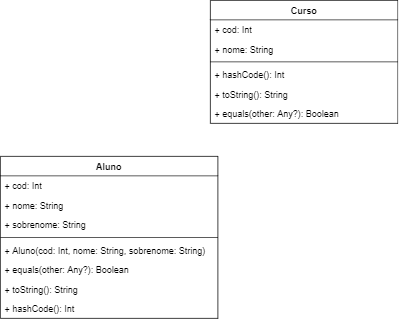
Earlier version of the draw.io export UML.png (btmluiz/digitalhouse-desafio-kotlin). Source tidied: cells renumbered, new cells last; positions are measured from the earlier drawing's top-left corner, leaving out a move shared by most shapes.
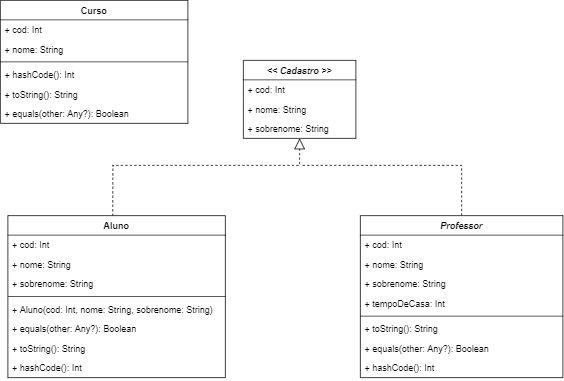
After the change.

The edit, as a diff of the source:
```diff
@@ -2,8 +2,24 @@
   <root>
     <mxCell id="0" />
     <mxCell id="1" parent="0" />
+    <mxCell id="18" style="endArrow=block;dashed=1;endFill=0;endSize=12;html=1;rounded=0;exitX=0.482;exitY=0.002;exitDx=0;exitDy=0;exitPerimeter=0;" parent="1" edge="1" source="2" target="32">
+      <mxGeometry relative="1" as="geometry">
+        <Array as="points">
+          <mxPoint x="140" y="190" />
+          <mxPoint x="389" y="190" />
+        </Array>
+      </mxGeometry>
+    </mxCell>
+    <mxCell id="19" style="endArrow=none;dashed=1;endFill=0;endSize=12;html=1;exitX=0.5;exitY=0;exitDx=0;exitDy=0;rounded=0;" parent="1" edge="1" source="20">
+      <mxGeometry relative="1" as="geometry">
+        <mxPoint x="390" y="190" as="targetPoint" />
+        <Array as="points">
+          <mxPoint x="605" y="190" />
+        </Array>
+      </mxGeometry>
+    </mxCell>
     <mxCell id="2" value="Aluno" style="swimlane;fontStyle=1;align=center;verticalAlign=top;horizontal=1;startSize=26;" parent="1" vertex="1">
-      <mxGeometry y="208" width="290" height="216" as="geometry" />
+      <mxGeometry y="257" width="290" height="216" as="geometry" />
     </mxCell>
     <mxCell id="3" value="+ cod: Int" style="text;strokeColor=none;fillColor=none;align=left;verticalAlign=top;spacingLeft=4;spacingRight=4;overflow=hidden;" parent="2" vertex="1">
       <mxGeometry y="26" width="290" height="26" as="geometry" />
@@ -30,7 +46,7 @@
       <mxGeometry y="190" width="290" height="26" as="geometry" />
     </mxCell>
     <mxCell id="11" value="Curso" style="swimlane;fontStyle=1;align=center;verticalAlign=top;horizontal=1;startSize=26;" parent="1" vertex="1">
-      <mxGeometry x="280" width="250" height="164" as="geometry" />
+      <mxGeometry x="-10" y="-30" width="250" height="164" as="geometry" />
     </mxCell>
     <mxCell id="12" value="+ cod: Int" style="text;strokeColor=none;fillColor=none;align=left;verticalAlign=top;spacingLeft=4;spacingRight=4;overflow=hidden;" parent="11" vertex="1">
       <mxGeometry y="26" width="250" height="26" as="geometry" />
@@ -50,5 +66,44 @@
     <mxCell id="17" value="+ equals(other: Any?): Boolean" style="text;strokeColor=none;fillColor=none;align=left;verticalAlign=top;spacingLeft=4;spacingRight=4;overflow=hidden;" parent="11" vertex="1">
       <mxGeometry y="138" width="250" height="26" as="geometry" />
     </mxCell>
+    <mxCell id="20" value="Professor" style="swimlane;fontStyle=3;align=center;verticalAlign=top;horizontal=1;startSize=26;" parent="1" vertex="1">
+      <mxGeometry x="470" y="257" width="270" height="216" as="geometry" />
+    </mxCell>
+    <mxCell id="21" value="+ cod: Int" style="text;strokeColor=none;fillColor=none;align=left;verticalAlign=top;spacingLeft=4;spacingRight=4;overflow=hidden;" parent="20" vertex="1">
+      <mxGeometry y="26" width="270" height="26" as="geometry" />
+    </mxCell>
+    <mxCell id="22" value="+ nome: String" style="text;strokeColor=none;fillColor=none;align=left;verticalAlign=top;spacingLeft=4;spacingRight=4;overflow=hidden;" parent="20" vertex="1">
+      <mxGeometry y="52" width="270" height="26" as="geometry" />
+    </mxCell>
+    <mxCell id="23" value="+ sobrenome: String" style="text;strokeColor=none;fillColor=none;align=left;verticalAlign=top;spacingLeft=4;spacingRight=4;overflow=hidden;" parent="20" vertex="1">
+      <mxGeometry y="78" width="270" height="26" as="geometry" />
+    </mxCell>
+    <mxCell id="24" value="+ tempoDeCasa: Int" style="text;strokeColor=none;fillColor=none;align=left;verticalAlign=top;spacingLeft=4;spacingRight=4;overflow=hidden;" parent="20" vertex="1">
+      <mxGeometry y="104" width="270" height="26" as="geometry" />
+    </mxCell>
+    <mxCell id="25" style="line;strokeWidth=1;fillColor=none;align=left;verticalAlign=middle;spacingTop=-1;spacingLeft=3;spacingRight=3;labelPosition=right;" parent="20" vertex="1">
+      <mxGeometry y="130" width="270" height="8" as="geometry" />
+    </mxCell>
+    <mxCell id="26" value="+ toString(): String" style="text;strokeColor=none;fillColor=none;align=left;verticalAlign=top;spacingLeft=4;spacingRight=4;overflow=hidden;" parent="20" vertex="1">
+      <mxGeometry y="138" width="270" height="26" as="geometry" />
+    </mxCell>
+    <mxCell id="27" value="+ equals(other: Any?): Boolean" style="text;strokeColor=none;fillColor=none;align=left;verticalAlign=top;spacingLeft=4;spacingRight=4;overflow=hidden;" parent="20" vertex="1">
+      <mxGeometry y="164" width="270" height="26" as="geometry" />
+    </mxCell>
+    <mxCell id="28" value="+ hashCode(): Int" style="text;strokeColor=none;fillColor=none;align=left;verticalAlign=top;spacingLeft=4;spacingRight=4;overflow=hidden;" parent="20" vertex="1">
+      <mxGeometry y="190" width="270" height="26" as="geometry" />
+    </mxCell>
+    <mxCell id="29" value="&lt;&lt; Cadastro &gt;&gt;" style="swimlane;fontStyle=3;align=center;verticalAlign=top;horizontal=1;startSize=26;" parent="1" vertex="1">
+      <mxGeometry x="314" y="50" width="150" height="104" as="geometry" />
+    </mxCell>
+    <mxCell id="30" value="+ cod: Int" style="text;strokeColor=none;fillColor=none;align=left;verticalAlign=top;spacingLeft=4;spacingRight=4;overflow=hidden;" parent="29" vertex="1">
+      <mxGeometry y="26" width="150" height="26" as="geometry" />
+    </mxCell>
+    <mxCell id="31" value="+ nome: String" style="text;strokeColor=none;fillColor=none;align=left;verticalAlign=top;spacingLeft=4;spacingRight=4;overflow=hidden;" parent="29" vertex="1">
+      <mxGeometry y="52" width="150" height="26" as="geometry" />
+    </mxCell>
+    <mxCell id="32" value="+ sobrenome: String" style="text;strokeColor=none;fillColor=none;align=left;verticalAlign=top;spacingLeft=4;spacingRight=4;overflow=hidden;points=[[0,0.5],[1,0.5]];portConstraint=eastwest;" parent="29" vertex="1">
+      <mxGeometry y="78" width="150" height="26" as="geometry" />
+    </mxCell>
   </root>
 </mxGraphModel>
```
